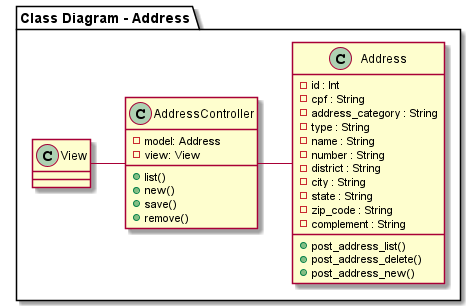
Earlier version of the PlantUML export modelagem/Class_Diagram.png (douglascarlos-dev/Clientes-Gestor).
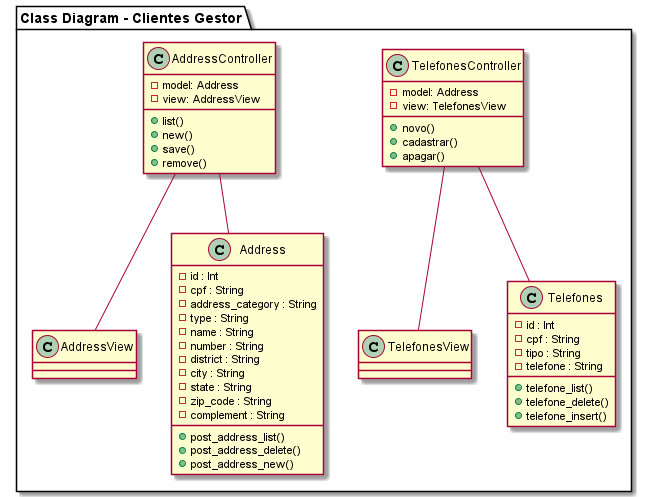
Above is the later version.

Commit message:
:memo: Atualização da documentação e diagramas de UML.

The edit, as a diff of the source:
```diff
@@ -1,17 +1,28 @@
 @startuml Class Diagram
 
-package "Class Diagram - Address" {
+package "Class Diagram - Clientes Gestor" {
 
-AddressController -left- View
-AddressController -right- Address
+TelefonesController -- TelefonesView
+TelefonesController -- Telefones
+
+AddressController -- AddressView
+AddressController -- Address
 
 class AddressController {
     -model: Address
-    -view: View
+    -view: AddressView
     +list()
     +new()
     +save()
     +remove()
+}
+
+class TelefonesController {
+    -model: Address
+    -view: TelefonesView
+    +novo()
+    +cadastrar()
+    +apagar()
 }
 
 class Address {
@@ -31,7 +42,17 @@
     +post_address_new()
 }
 
-class View {
+class Telefones {
+    -id : Int
+    -cpf : String
+    -tipo : String
+    -telefone : String
+    +telefone_list()
+    +telefone_delete()
+    +telefone_insert()
+}
+
+class AddressView {
 }
 
 @enduml
```
